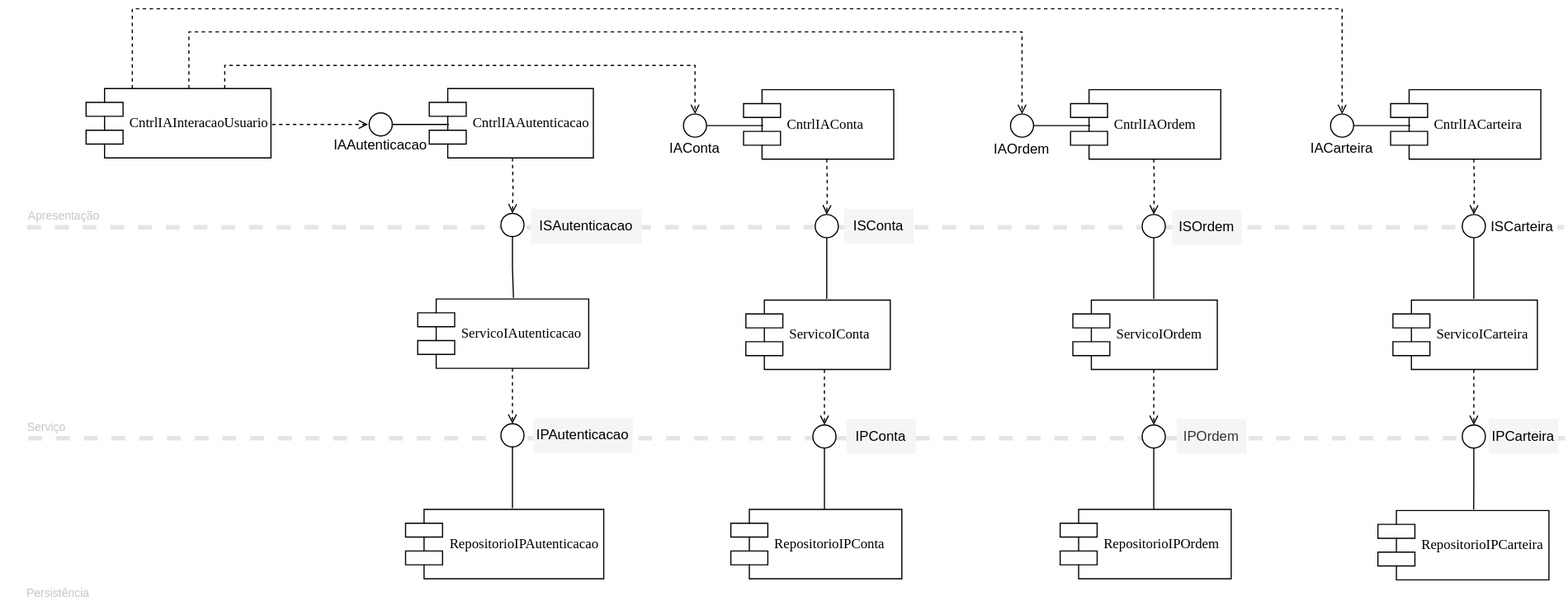
The draw.io diagram trabalho-1/diagram/TP1.drawio.svg in smmstakes/tp1-trabalho-1, before a commit. Source tidied: cells renumbered, new cells last; positions are measured from the earlier drawing's top-left corner, leaving out a move shared by most shapes.
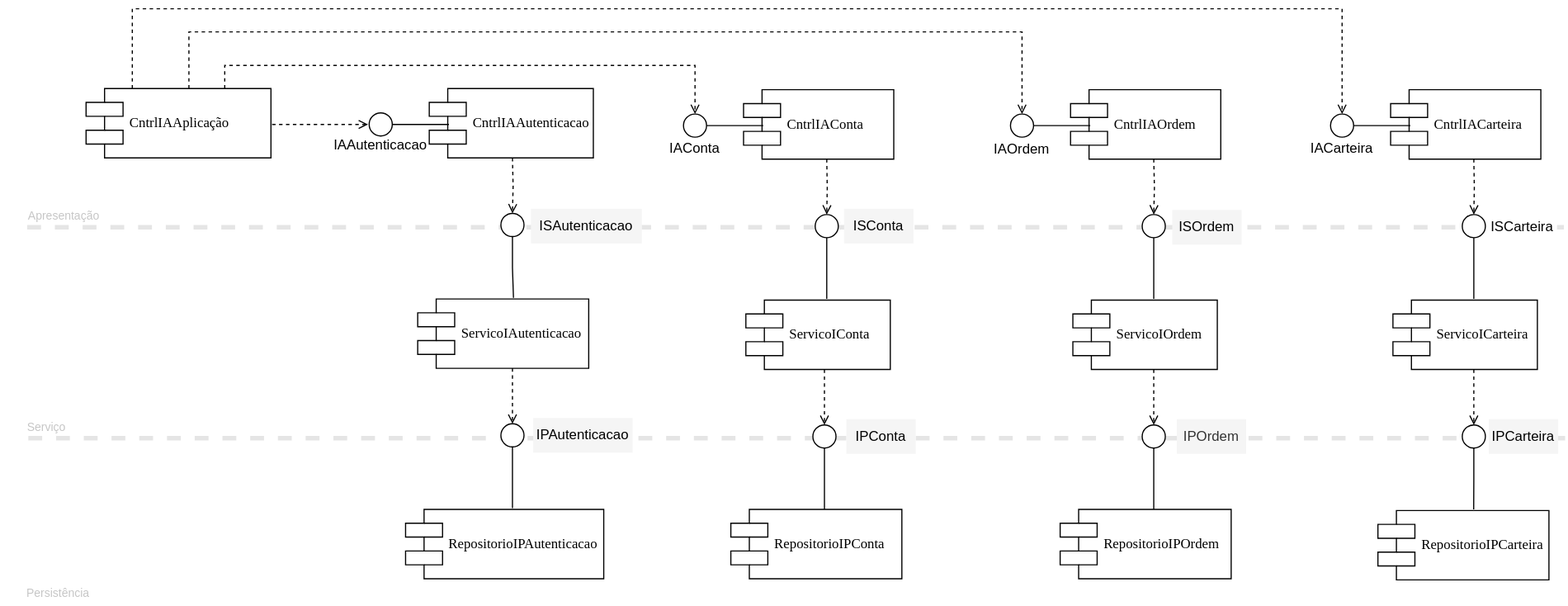
After the commit.

Commit message:
descricao dos modulos

Change to the diagram source:
```diff
@@ -241,7 +241,7 @@
         </Array>
       </mxGeometry>
     </mxCell>
-    <mxCell id="64" value="CntrlIAInteracaoUsuario" style="shape=component;align=left;spacingLeft=36;rounded=0;shadow=0;comic=0;labelBackgroundColor=none;strokeWidth=1;fontFamily=Verdana;fontSize=12;html=1;" parent="1" vertex="1">
+    <mxCell id="64" value="CntrlIAAplicação" style="shape=component;align=left;spacingLeft=36;rounded=0;shadow=0;comic=0;labelBackgroundColor=none;strokeWidth=1;fontFamily=Verdana;fontSize=12;html=1;" parent="1" vertex="1">
       <mxGeometry x="74" y="69" width="160" height="60" as="geometry" />
     </mxCell>
     <mxCell id="65" value="&lt;font style=&quot;color: light-dark(rgb(198, 198, 198), rgb(237, 237, 237)); font-size: 10px;&quot;&gt;Apresentação&lt;/font&gt;" style="text;html=1;align=center;verticalAlign=middle;whiteSpace=wrap;rounded=0;opacity=20;" parent="1" vertex="1">
```
